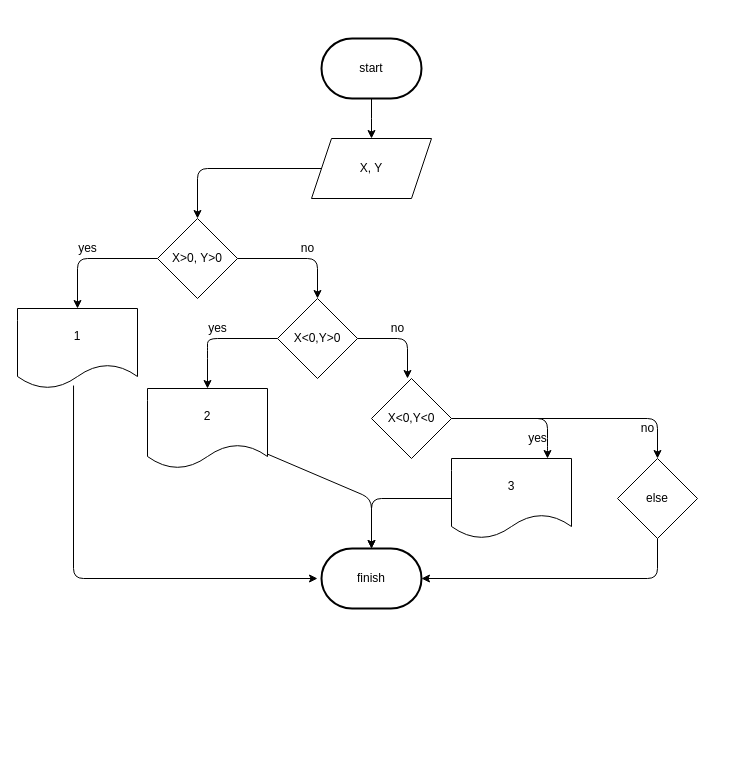
This is stage/02_conditional/14681.drawio from Gyeongrok-Oh/boj, a draw.io file, before an edit. Source tidied: cells renumbered, new cells numbered last; positions are measured from the earlier drawing's top-left corner, leaving out a move shared by most shapes. Both pictures are drawn from the tidied source at 100%, with x=0, y=0 at pixel (17, 38).
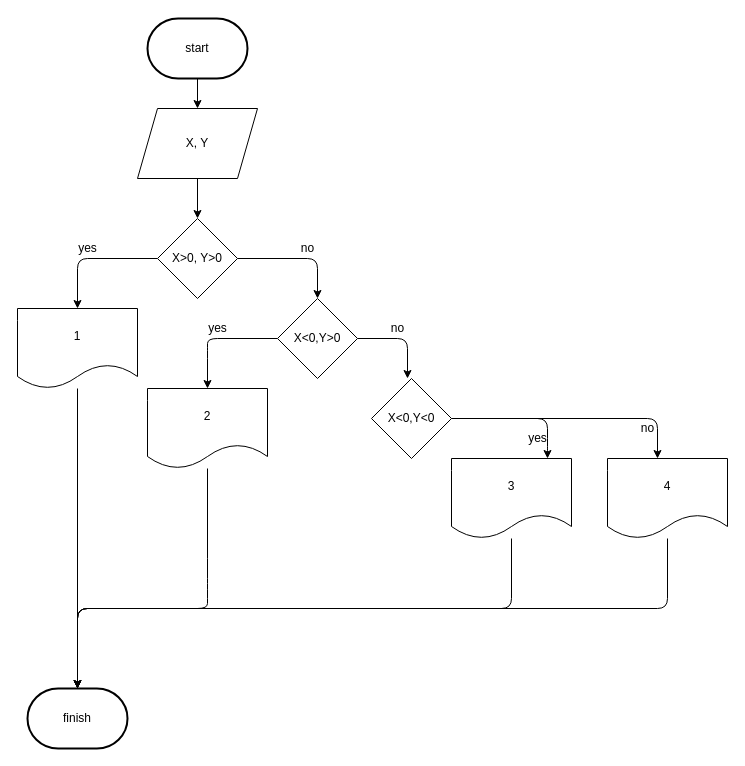
The same diagram, later.

Unchanged cells that the change refers to:
```xml
<mxCell id="11" value="1" style="shape=document;whiteSpace=wrap;html=1;boundedLbl=1;" parent="1" vertex="1">
  <mxGeometry y="270" width="120" height="80" as="geometry" />
</mxCell>
<mxCell id="16" value="2" style="shape=document;whiteSpace=wrap;html=1;boundedLbl=1;" parent="1" vertex="1">
  <mxGeometry x="130" y="350" width="120" height="80" as="geometry" />
</mxCell>
<mxCell id="19" value="X&amp;lt;0,Y&amp;lt;0" style="rhombus;whiteSpace=wrap;html=1;" parent="1" vertex="1">
  <mxGeometry x="354" y="340" width="80" height="80" as="geometry" />
</mxCell>
<mxCell id="21" value="3" style="shape=document;whiteSpace=wrap;html=1;boundedLbl=1;" parent="1" vertex="1">
  <mxGeometry x="434" y="420" width="120" height="80" as="geometry" />
</mxCell>
```

What changed in the source:
```diff
@@
-    <mxCell id="2" style="edgeStyle=orthogonalEdgeStyle;rounded=0;jettySize=auto;html=1;entryX=0.5;entryY=0;entryDx=0;entryDy=0;" parent="1" edge="1" source="3">
-      <mxGeometry relative="1" as="geometry">
-        <mxPoint x="354" y="100" as="targetPoint" />
-      </mxGeometry>
-    </mxCell>
+    <mxCell id="30" style="edgeStyle=none;html=1;entryX=0.5;entryY=0;entryDx=0;entryDy=0;" parent="1" edge="1" source="3" target="6">
+      <mxGeometry relative="1" as="geometry" />
+    </mxCell>
     <mxCell id="3" value="start" style="strokeWidth=2;html=1;shape=mxgraph.flowchart.terminator;whiteSpace=wrap;" parent="1" vertex="1">
-      <mxGeometry x="304" width="100" height="60" as="geometry" />
+      <mxGeometry x="130" y="-20" width="100" height="60" as="geometry" />
     </mxCell>
     <mxCell id="4" value="finish" style="strokeWidth=2;html=1;shape=mxgraph.flowchart.terminator;whiteSpace=wrap;" parent="1" vertex="1">
-      <mxGeometry x="304" y="510" width="100" height="60" as="geometry" />
+      <mxGeometry x="10" y="650" width="100" height="60" as="geometry" />
     </mxCell>
-    <mxCell id="5" style="edgeStyle=none;html=1;" parent="1" edge="1" source="6">
-      <mxGeometry relative="1" as="geometry">
-        <mxPoint x="180" y="180" as="targetPoint" />
-        <Array as="points">
-          <mxPoint x="180" y="130" />
-        </Array>
-      </mxGeometry>
-    </mxCell>
+    <mxCell id="31" style="edgeStyle=none;html=1;" parent="1" edge="1" source="6">
+      <mxGeometry relative="1" as="geometry">
+        <mxPoint x="180" y="180" as="targetPoint" />
+      </mxGeometry>
+    </mxCell>
     <mxCell id="6" value="X, Y" style="shape=parallelogram;perimeter=parallelogramPerimeter;whiteSpace=wrap;html=1;fixedSize=1;" parent="1" vertex="1">
-      <mxGeometry x="294" y="100" width="120" height="60" as="geometry" />
+      <mxGeometry x="120" y="70" width="120" height="70" as="geometry" />
     </mxCell>
@@
-    <mxCell id="10" style="edgeStyle=none;html=1;exitX=0.467;exitY=0.963;exitDx=0;exitDy=0;exitPerimeter=0;" parent="1" edge="1" source="11">
-      <mxGeometry relative="1" as="geometry">
-        <mxPoint x="300" y="540" as="targetPoint" />
-        <Array as="points">
-          <mxPoint x="56" y="540" />
-        </Array>
-      </mxGeometry>
-    </mxCell>
+    <mxCell id="32" style="edgeStyle=none;html=1;" parent="1" edge="1" source="11" target="4">
+      <mxGeometry relative="1" as="geometry" />
+    </mxCell>
@@
-    <mxCell id="15" style="edgeStyle=none;html=1;entryX=0.5;entryY=0;entryDx=0;entryDy=0;entryPerimeter=0;" parent="1" edge="1" source="16" target="4">
-      <mxGeometry relative="1" as="geometry">
-        <Array as="points">
-          <mxPoint x="354" y="460" />
-        </Array>
-      </mxGeometry>
-    </mxCell>
+    <mxCell id="33" style="edgeStyle=none;html=1;" parent="1" edge="1" source="16">
+      <mxGeometry relative="1" as="geometry">
+        <mxPoint x="60" y="650" as="targetPoint" />
+        <Array as="points">
+          <mxPoint x="190" y="530" />
+          <mxPoint x="190" y="550" />
+          <mxPoint x="190" y="570" />
+          <mxPoint x="60" y="570" />
+        </Array>
+      </mxGeometry>
+    </mxCell>
@@
-    <mxCell id="18" style="edgeStyle=none;html=1;entryX=0.5;entryY=0;entryDx=0;entryDy=0;" parent="1" edge="1" source="19" target="23">
+    <mxCell id="18" style="edgeStyle=none;html=1;entryX=0.5;entryY=0;entryDx=0;entryDy=0;" parent="1" edge="1" source="19">
       <mxGeometry relative="1" as="geometry">
+        <mxPoint x="640" y="420" as="targetPoint" />
         <Array as="points">
           <mxPoint x="640" y="380" />
         </Array>
       </mxGeometry>
     </mxCell>
@@
     <mxCell id="20" style="edgeStyle=none;html=1;entryX=0.5;entryY=0;entryDx=0;entryDy=0;entryPerimeter=0;" parent="1" edge="1" source="21" target="4">
       <mxGeometry relative="1" as="geometry">
         <Array as="points">
-          <mxPoint x="354" y="460" />
+          <mxPoint x="494" y="570" />
+          <mxPoint x="60" y="570" />
+          <mxPoint x="60" y="620" />
         </Array>
       </mxGeometry>
     </mxCell>
@@
-    <mxCell id="22" style="edgeStyle=none;html=1;entryX=1;entryY=0.5;entryDx=0;entryDy=0;entryPerimeter=0;" parent="1" edge="1" source="23" target="4">
-      <mxGeometry relative="1" as="geometry">
-        <Array as="points">
-          <mxPoint x="640" y="540" />
-        </Array>
-      </mxGeometry>
-    </mxCell>
-    <mxCell id="23" value="else" style="rhombus;whiteSpace=wrap;html=1;" parent="1" vertex="1">
-      <mxGeometry x="600" y="420" width="80" height="80" as="geometry" />
-    </mxCell>
@@
+    <mxCell id="34" style="edgeStyle=none;html=1;entryX=0.5;entryY=0;entryDx=0;entryDy=0;entryPerimeter=0;" parent="1" edge="1" source="35" target="4">
+      <mxGeometry relative="1" as="geometry">
+        <Array as="points">
+          <mxPoint x="650" y="570" />
+          <mxPoint x="60" y="570" />
+        </Array>
+      </mxGeometry>
+    </mxCell>
+    <mxCell id="35" value="4" style="shape=document;whiteSpace=wrap;html=1;boundedLbl=1;" parent="1" vertex="1">
+      <mxGeometry x="590" y="420" width="120" height="80" as="geometry" />
+    </mxCell>
```
